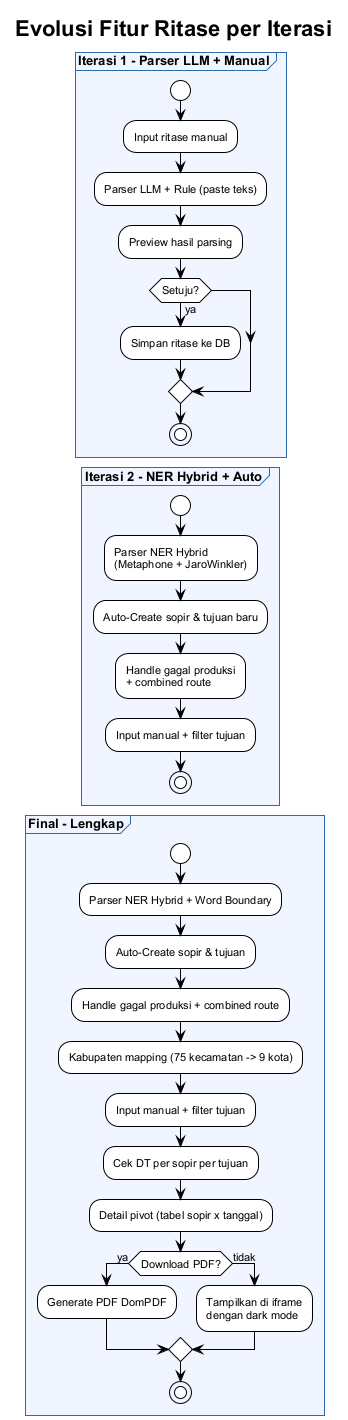
The PlantUML diagram docs/flowchart-ritase-evolusi.png in riandafatur28/sidigas-gaji-sopir-truck, before a commit.
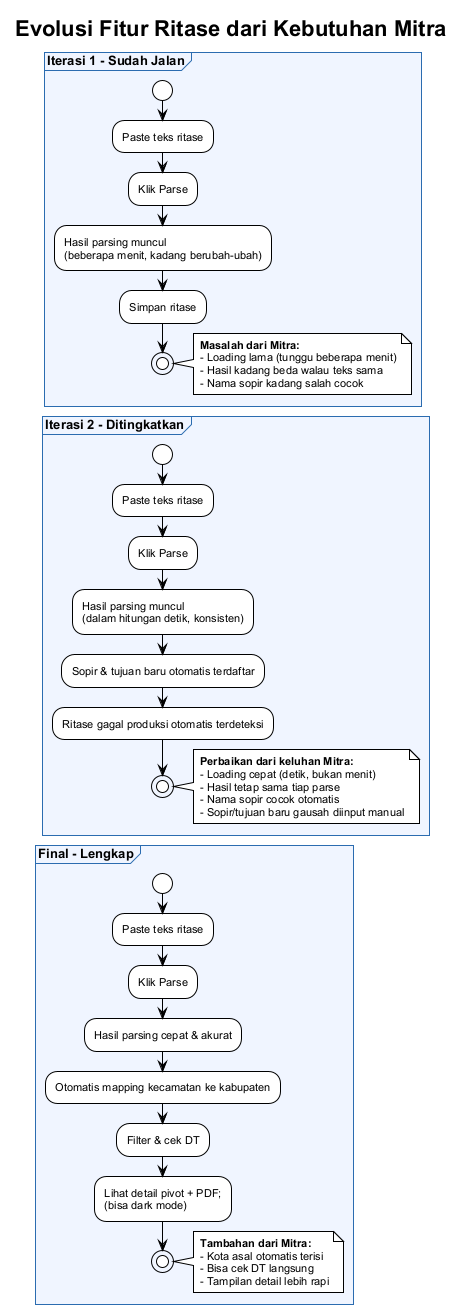
Later version of the same file.

Commit message:
fix: reframe flowchart evolusi dari sisi kebutuhan mitra (bukan teknis)

What changed in the source:
```diff
@@ -8,43 +8,55 @@
 skinparam partitionFontSize 13
 skinparam partitionFontStyle bold
 
-title Evolusi Fitur Ritase per Iterasi
+title Evolusi Fitur Ritase dari Kebutuhan Mitra
 
-partition "Iterasi 1 - Parser LLM + Manual" {
+partition "Iterasi 1 - Sudah Jalan" {
   start
-  :Input ritase manual;
-  :Parser LLM + Rule (paste teks);
-  :Preview hasil parsing;
-  if (Setuju?) then (ya)
-    :Simpan ritase ke DB;
-  endif
+  :Paste teks ritase;
+  :Klik Parse;
+  :Hasil parsing muncul\n(beberapa menit, kadang berubah-ubah);
+  :Simpan ritase;
   stop
+  note right
+    **Masalah dari Mitra:**
+    - Loading lama (tunggu beberapa menit)
+    - Hasil kadang beda walau teks sama
+    - Nama sopir kadang salah cocok
+  end note
 }
 
-partition "Iterasi 2 - NER Hybrid + Auto" {
+partition "Iterasi 2 - Ditingkatkan" {
   start
-  :Parser NER Hybrid\n(Metaphone + JaroWinkler);
-  :Auto-Create sopir & tujuan baru;
-  :Handle gagal produksi\n+ combined route;
-  :Input manual + filter tujuan;
+  :Paste teks ritase;
+  :Klik Parse;
+  :Hasil parsing muncul\n(dalam hitungan detik, konsisten);
+  :Sopir & tujuan baru otomatis terdaftar;
+  :Ritase gagal produksi otomatis terdeteksi;
   stop
+  note right
+    **Perbaikan dari keluhan Mitra:**
+    - Loading cepat (detik, bukan menit)
+    - Hasil tetap sama tiap parse
+    - Nama sopir cocok otomatis
+    - Sopir/tujuan baru gausah diinput manual
+  end note
 }
 
 partition "Final - Lengkap" {
   start
-  :Parser NER Hybrid + Word Boundary;
-  :Auto-Create sopir & tujuan;
-  :Handle gagal produksi + combined route;
-  :Kabupaten mapping (75 kecamatan -> 9 kota);
-  :Input manual + filter tujuan;
-  :Cek DT per sopir per tujuan;
-  :Detail pivot (tabel sopir x tanggal);
-  if (Download PDF?) then (ya)
-    :Generate PDF DomPDF;
-  else (tidak)
-    :Tampilkan di iframe\ndengan dark mode;
-  endif
+  :Paste teks ritase;
+  :Klik Parse;
+  :Hasil parsing cepat & akurat;
+  :Otomatis mapping kecamatan ke kabupaten;
+  :Filter & cek DT;
+  :Lihat detail pivot + PDF;\n(bisa dark mode);
   stop
+  note right
+    **Tambahan dari Mitra:**
+    - Kota asal otomatis terisi
+    - Bisa cek DT langsung
+    - Tampilan detail lebih rapi
+  end note
 }
 
 @enduml
```
